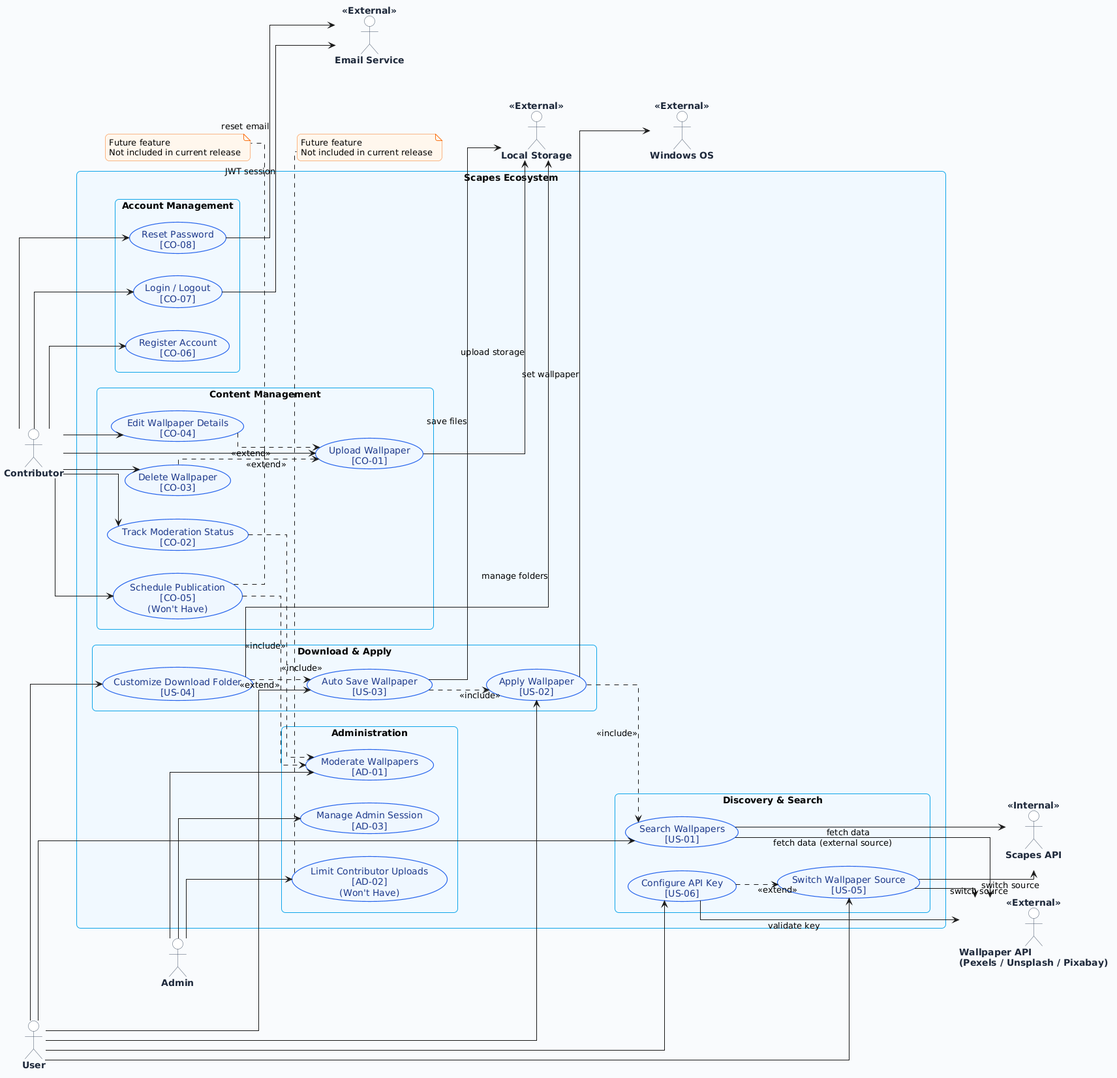
This is docs/uml/use-case-diagram.png from Subject-2407/praktikum-rpl-b-07, a PlantUML export, as it was before one commit.
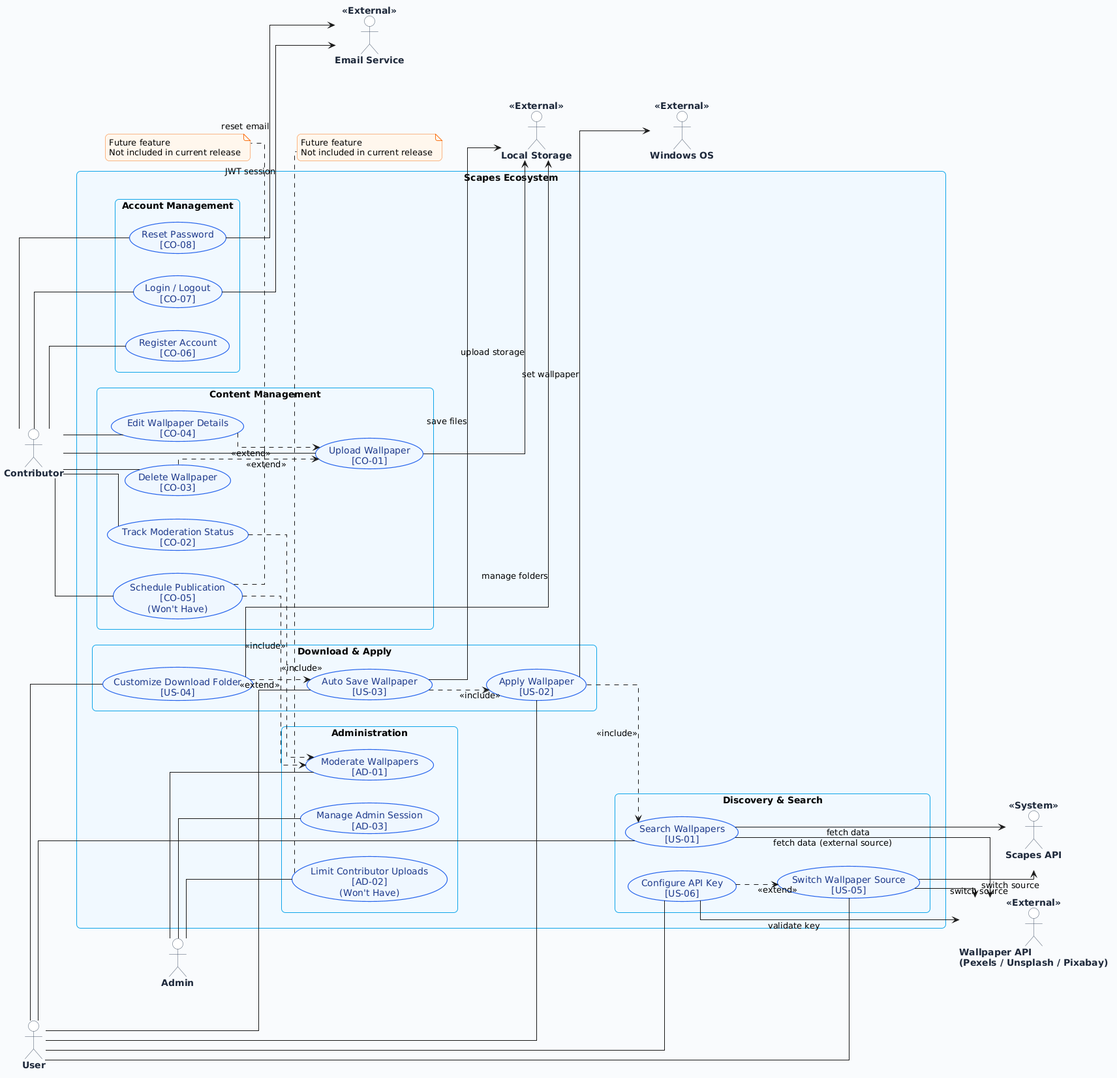
After the commit.

Commit message:
docs(use-case-diagram): modify  association lines

The edit, as a diff of the source:
```diff
@@ -45,7 +45,7 @@
 actor Contributor
 actor Admin
 
-actor "Scapes API\n" as ScapesAPI <<Internal>>
+actor "Scapes API\n" as ScapesAPI <<System>>
 actor "Wallpaper API\n(Pexels / Unsplash / Pixabay)" as ExtAPI <<External>>
 actor "Windows OS" as WinOS <<External>>
 actor "Email Service" as EmailSvc <<External>>
@@ -109,27 +109,6 @@
 end note
 
 
-User --> UC_US01
-User --> UC_US02
-User --> UC_US03
-User --> UC_US04
-User --> UC_US05
-User --> UC_US06
-
-Contributor --> UC_CO06
-Contributor --> UC_CO07
-Contributor --> UC_CO08
-Contributor --> UC_CO01
-Contributor --> UC_CO02
-Contributor --> UC_CO03
-Contributor --> UC_CO04
-Contributor --> UC_CO05
-
-Admin --> UC_AD01
-Admin --> UC_AD02
-Admin --> UC_AD03
-
-
 UC_US02 ..> UC_US01 : <<include>>
 UC_US03 ..> UC_US02 : <<include>>
 
@@ -141,6 +120,27 @@
 
 UC_CO02 ..> UC_AD01 : <<include>>
 UC_CO05 ..> UC_AD01 : <<include>>
+
+
+User -- UC_US01
+User -- UC_US02
+User -- UC_US03
+User -- UC_US04
+User -- UC_US05
+User -- UC_US06
+
+Contributor -- UC_CO06
+Contributor -- UC_CO07
+Contributor -- UC_CO08
+Contributor -- UC_CO01
+Contributor -- UC_CO02
+Contributor -- UC_CO03
+Contributor -- UC_CO04
+Contributor -- UC_CO05
+
+Admin -- UC_AD01
+Admin -- UC_AD02
+Admin -- UC_AD03
 
 
 UC_US01 --> ScapesAPI : fetch data
```
